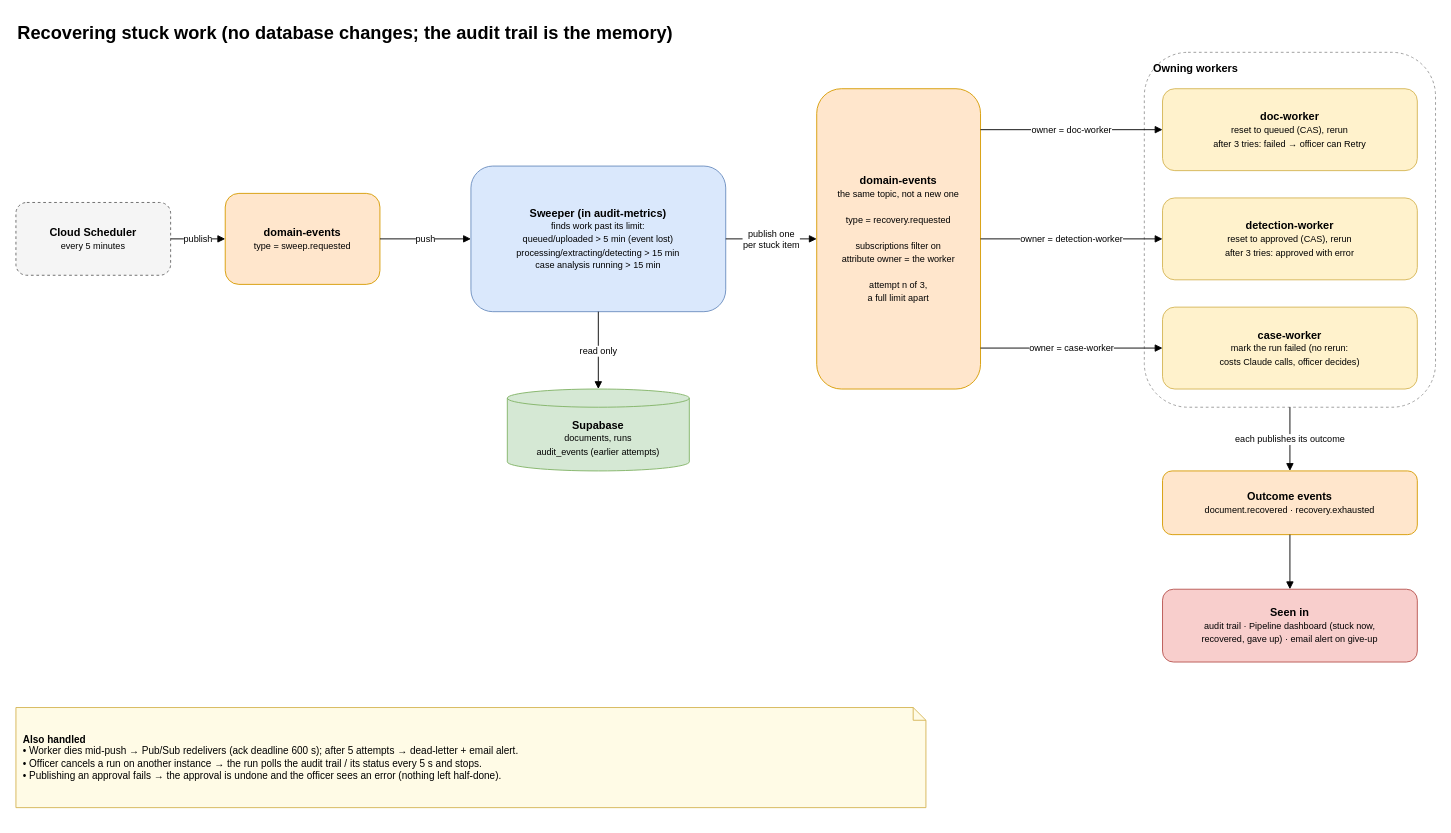
Above: page "4 Stuck work recovery" (4 of 6) of docs/architecture/six-sevens-architecture.drawio in smu-fyp-six-sevens/six-sevens (draw.io), before the change. Source tidied: cells renumbered, new cells numbered last; positions are measured from the earlier drawing's top-left corner, leaving out a move shared by most shapes. Both pictures are drawn from the tidied source at 91%, with x=0, y=0 at pixel (15, 15).
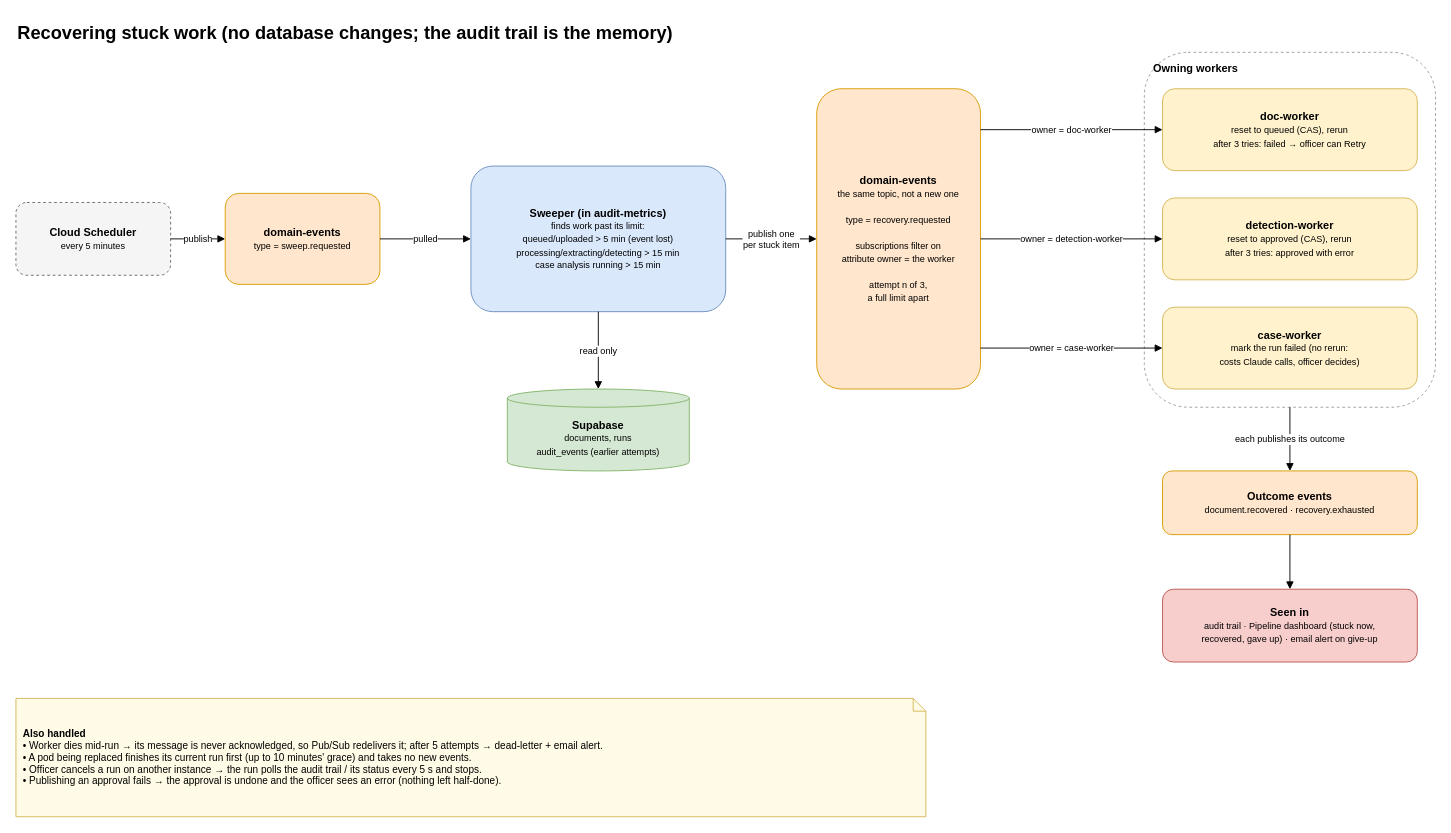
The same diagram, later.

Unchanged cells that the change refers to:
```xml
<mxCell id="4" value="&lt;b&gt;domain-events&lt;/b&gt;&lt;br&gt;&lt;font style='font-size:10px'&gt;type = sweep.requested&lt;/font&gt;" style="rounded=1;whiteSpace=wrap;html=1;fillColor=#ffe6cc;strokeColor=#d79b00;" parent="1" vertex="1">
  <mxGeometry x="230" y="195" width="170" height="100" as="geometry" />
</mxCell>
<mxCell id="5" value="&lt;b&gt;Sweeper (in audit-metrics)&lt;/b&gt;&lt;br&gt;&lt;font style='font-size:10px'&gt;finds work past its limit:&lt;br&gt;queued/uploaded &amp;gt; 5 min (event lost)&lt;br&gt;processing/extracting/detecting &amp;gt; 15 min&lt;br&gt;case analysis running &amp;gt; 15 min&lt;/font&gt;" style="rounded=1;whiteSpace=wrap;html=1;fillColor=#dae8fc;strokeColor=#6c8ebf;" parent="1" vertex="1">
  <mxGeometry x="500" y="165" width="280" height="160" as="geometry" />
</mxCell>
```

What changed in the source:
```diff
@@
-    <mxCell id="18" value="push" style="edgeStyle=orthogonalEdgeStyle;rounded=1;html=1;endArrow=block;fontSize=10;labelBackgroundColor=#ffffff;exitX=1.0000;exitY=0.5000;exitDx=0;exitDy=0;exitPerimeter=0;entryX=0.0000;entryY=0.5000;entryDx=0;entryDy=0;entryPerimeter=0;" parent="1" edge="1" source="4" target="5">
+    <mxCell id="18" value="pulled" style="edgeStyle=orthogonalEdgeStyle;rounded=1;html=1;endArrow=block;fontSize=10;labelBackgroundColor=#ffffff;exitX=1.0000;exitY=0.5000;exitDx=0;exitDy=0;exitPerimeter=0;entryX=0.0000;entryY=0.5000;entryDx=0;entryDy=0;entryPerimeter=0;" parent="1" edge="1" source="4" target="5">
       <mxGeometry relative="1" as="geometry" />
     </mxCell>
@@
-    <mxCell id="23" value="&lt;b&gt;Also handled&lt;/b&gt;&lt;br&gt;• Worker dies mid-push → Pub/Sub redelivers (ack deadline 600 s); after 5 attempts → dead-letter + email alert.&lt;br&gt;• Officer cancels a run on another instance → the run polls the audit trail / its status every 5 s and stops.&lt;br&gt;• Publishing an approval fails → the approval is undone and the officer sees an error (nothing left half-done)." style="shape=note;whiteSpace=wrap;html=1;size=14;fillColor=#fffbe6;strokeColor=#d6b656;align=left;spacingLeft=6;fontSize=11;" parent="1" vertex="1">
-      <mxGeometry y="760" width="1000" height="110" as="geometry" />
+    <mxCell id="23" value="&lt;b&gt;Also handled&lt;/b&gt;&lt;br&gt;• Worker dies mid-run → its message is never acknowledged, so Pub/Sub redelivers it; after 5 attempts → dead-letter + email alert.&lt;br&gt;• A pod being replaced finishes its current run first (up to 10 minutes' grace) and takes no new events.&lt;br&gt;• Officer cancels a run on another instance → the run polls the audit trail / its status every 5 s and stops.&lt;br&gt;• Publishing an approval fails → the approval is undone and the officer sees an error (nothing left half-done)." style="shape=note;whiteSpace=wrap;html=1;size=14;fillColor=#fffbe6;strokeColor=#d6b656;align=left;spacingLeft=6;fontSize=11;" parent="1" vertex="1">
+      <mxGeometry y="750" width="1000" height="130" as="geometry" />
     </mxCell>
```
